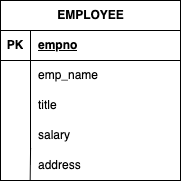
Earlier version of the draw.io export database_0.drawio.png (jimni0/2025_database_ERD). Source tidied: cells renumbered, new cells last; positions are measured from the earlier drawing's top-left corner, leaving out a move shared by most shapes.
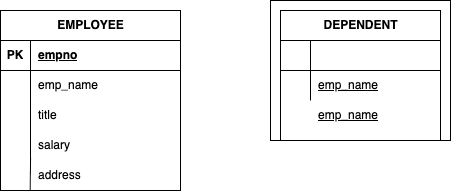
The same file after the commit.

What changed in the source:
```diff
@@ -2,6 +2,9 @@
   <root>
     <mxCell id="0" />
     <mxCell id="1" parent="0" />
+    <mxCell id="19" style="whiteSpace=wrap;html=1;align=center;" parent="1" vertex="1">
+      <mxGeometry x="270" y="-10" width="180" height="140" as="geometry" />
+    </mxCell>
     <mxCell id="2" value="EMPLOYEE" style="shape=table;startSize=30;rowLines=0;fontStyle=1;align=center;html=1;" parent="1" vertex="1">
       <mxGeometry width="180" height="180" as="geometry" />
     </mxCell>
@@ -53,5 +56,35 @@
     <mxCell id="18" style="endArrow=none;html=1;rounded=0;entryX=0.165;entryY=0.991;entryDx=0;entryDy=0;entryPerimeter=0;exitX=0.167;exitY=-0.067;exitDx=0;exitDy=0;exitPerimeter=0;" parent="1" edge="1" source="15" target="15">
       <mxGeometry relative="1" as="geometry" />
     </mxCell>
+    <mxCell id="20" value="DEPENDENT" style="shape=table;startSize=30;rowLines=0;fontStyle=1;align=center;html=1;" parent="1" vertex="1">
+      <mxGeometry x="280" width="160" height="130" as="geometry" />
+    </mxCell>
+    <mxCell id="21" style="shape=tableRow;horizontal=0;startSize=0;swimlaneHead=0;swimlaneBody=0;fillColor=none;top=0;left=0;right=0;bottom=1;" parent="20" vertex="1">
+      <mxGeometry y="30" width="160" height="30" as="geometry" />
+    </mxCell>
+    <mxCell id="22" style="shape=partialRectangle;fillColor=none;top=0;left=0;bottom=0;right=0;fontStyle=1;overflow=hidden;whiteSpace=wrap;html=1;" parent="21" vertex="1">
+      <mxGeometry width="30" height="30" as="geometry" />
+    </mxCell>
+    <mxCell id="23" style="shape=partialRectangle;fillColor=none;top=0;left=0;bottom=0;right=0;align=left;spacingLeft=6;fontStyle=5;overflow=hidden;whiteSpace=wrap;html=1;" parent="21" vertex="1">
+      <mxGeometry x="30" width="130" height="30" as="geometry" />
+    </mxCell>
+    <mxCell id="24" style="shape=tableRow;horizontal=0;startSize=0;swimlaneHead=0;swimlaneBody=0;fillColor=none;top=0;left=0;right=0;bottom=0;" parent="20" vertex="1">
+      <mxGeometry y="60" width="160" height="30" as="geometry" />
+    </mxCell>
+    <mxCell id="25" style="shape=partialRectangle;fillColor=none;top=0;left=0;bottom=0;right=0;overflow=hidden;whiteSpace=wrap;html=1;" parent="24" vertex="1">
+      <mxGeometry width="30" height="30" as="geometry" />
+    </mxCell>
+    <mxCell id="26" value="&lt;span style=&quot;text-decoration-line: underline;&quot;&gt;emp_name&lt;/span&gt;" style="shape=partialRectangle;fillColor=none;top=0;left=0;bottom=0;right=0;align=left;spacingLeft=6;overflow=hidden;whiteSpace=wrap;html=1;" parent="24" vertex="1">
+      <mxGeometry x="30" width="130" height="30" as="geometry" />
+    </mxCell>
+    <mxCell id="27" style="shape=tableRow;horizontal=0;startSize=0;swimlaneHead=0;swimlaneBody=0;fillColor=none;top=0;left=0;right=0;bottom=0;" parent="1" vertex="1">
+      <mxGeometry x="280" y="90" width="160" height="30" as="geometry" />
+    </mxCell>
+    <mxCell id="28" style="shape=partialRectangle;fillColor=none;top=0;left=0;bottom=0;right=0;overflow=hidden;whiteSpace=wrap;html=1;" parent="27" vertex="1">
+      <mxGeometry width="30" height="30" as="geometry" />
+    </mxCell>
+    <mxCell id="29" value="&lt;span style=&quot;text-decoration-line: underline;&quot;&gt;emp_name&lt;/span&gt;" style="shape=partialRectangle;fillColor=none;top=0;left=0;bottom=0;right=0;align=left;spacingLeft=6;overflow=hidden;whiteSpace=wrap;html=1;" parent="27" vertex="1">
+      <mxGeometry x="30" width="130" height="30" as="geometry" />
+    </mxCell>
   </root>
 </mxGraphModel>
```
